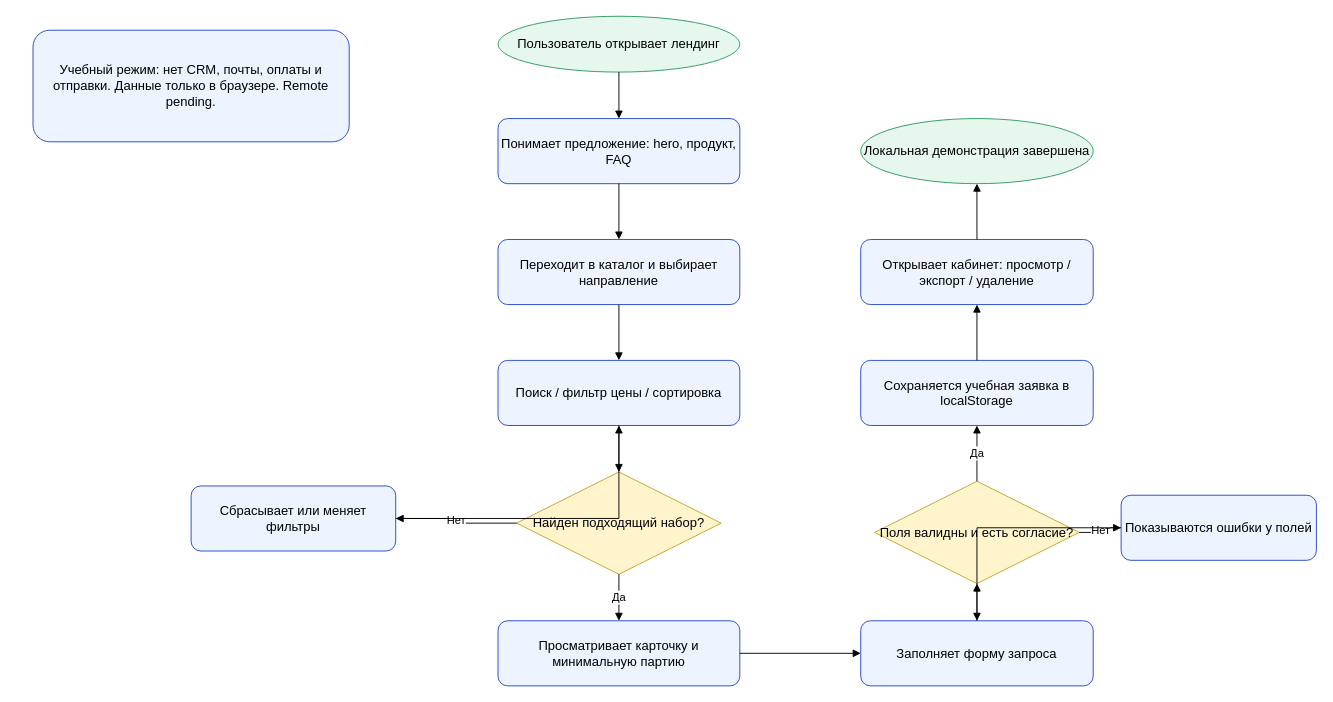
This is docs/design/user-flow.drawio from akov40320/modul-labs, a draw.io file, before an edit. Source tidied: cells renumbered, new cells numbered last; positions are measured from the earlier drawing's top-left corner, leaving out a move shared by most shapes. Both pictures are drawn from the tidied source at 93%, with x=0, y=0 at pixel (33, 16).
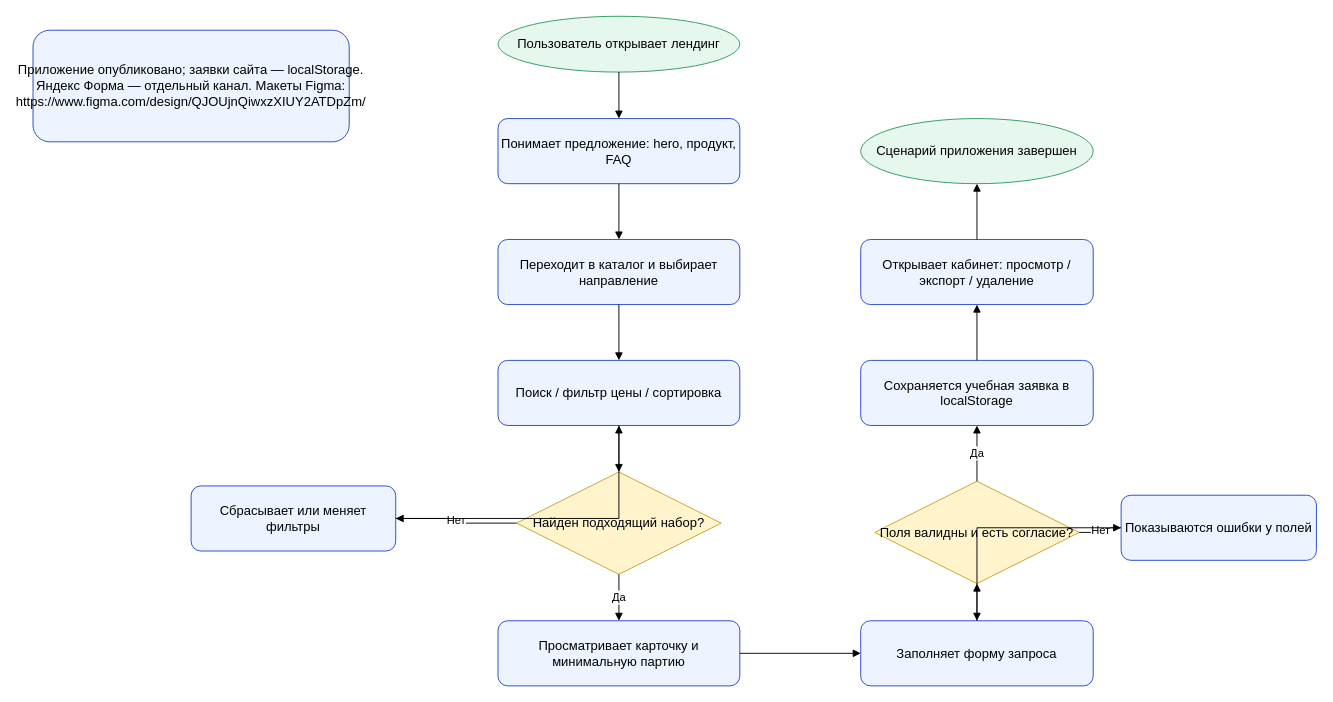
After the change.

Diff of the diagram source:
```diff
@@
-    <mxCell id="14" value="Локальная демонстрация завершена" style="ellipse;whiteSpace=wrap;html=1;fillColor=#e6f7ee;strokeColor=#2d9a60;fontFamily=Arial;fontSize=14;" parent="1" vertex="1">
+    <mxCell id="14" value="Сценарий приложения завершен" style="ellipse;whiteSpace=wrap;html=1;fillColor=#e6f7ee;strokeColor=#2d9a60;fontFamily=Arial;fontSize=14;" parent="1" vertex="1">
       <mxGeometry x="890" y="110" width="250" height="70" as="geometry" />
     </mxCell>
-    <mxCell id="15" value="Учебный режим: нет CRM, почты, оплаты и отправки. Данные только в браузере. Remote pending." style="rounded=1;whiteSpace=wrap;html=1;fillColor=#edf3ff;strokeColor=#2449c8;fontFamily=Arial;fontSize=14;" parent="1" vertex="1">
+    <mxCell id="15" value="Приложение опубликовано; заявки сайта — localStorage. Яндекс Форма — отдельный канал. Макеты Figma: https://www.figma.com/design/QJOUjnQiwxzXIUY2ATDpZm/" style="rounded=1;whiteSpace=wrap;html=1;fillColor=#edf3ff;strokeColor=#2449c8;fontFamily=Arial;fontSize=14;" parent="1" vertex="1">
       <mxGeometry y="15" width="340" height="120" as="geometry" />
     </mxCell>
```
